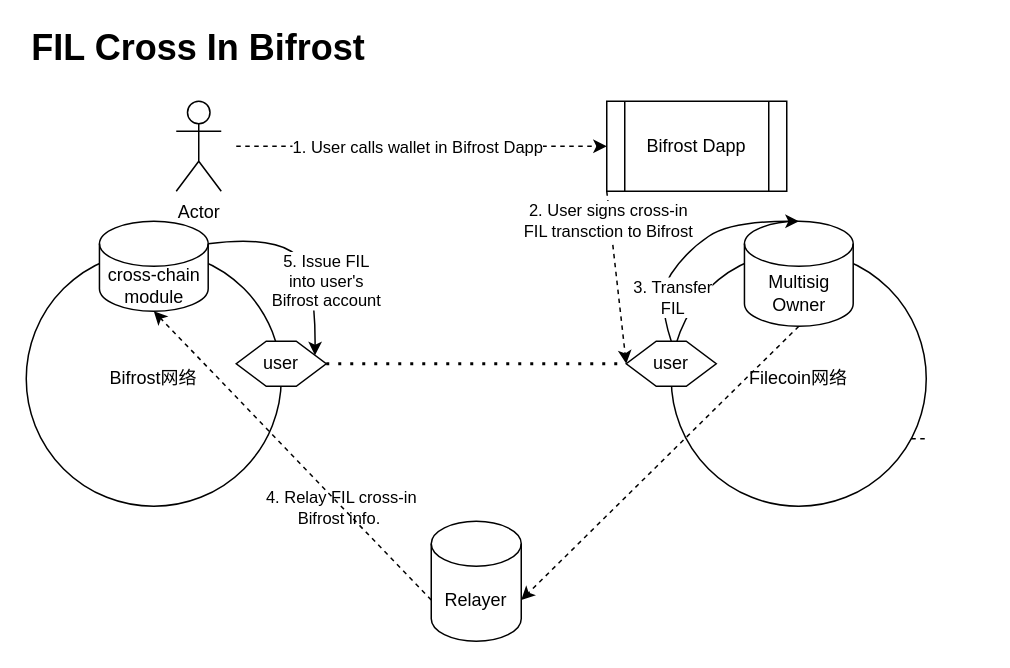
The draw.io diagram vfil-register-account-pair-multisig.drawio in herryho/flowchars, before the edit. Source tidied: cells renumbered, new cells numbered last; positions are measured from the earlier drawing's top-left corner, leaving out a move shared by most shapes. Both pictures are drawn from the tidied source at 150%, with x=0, y=0 at pixel (26, 26).
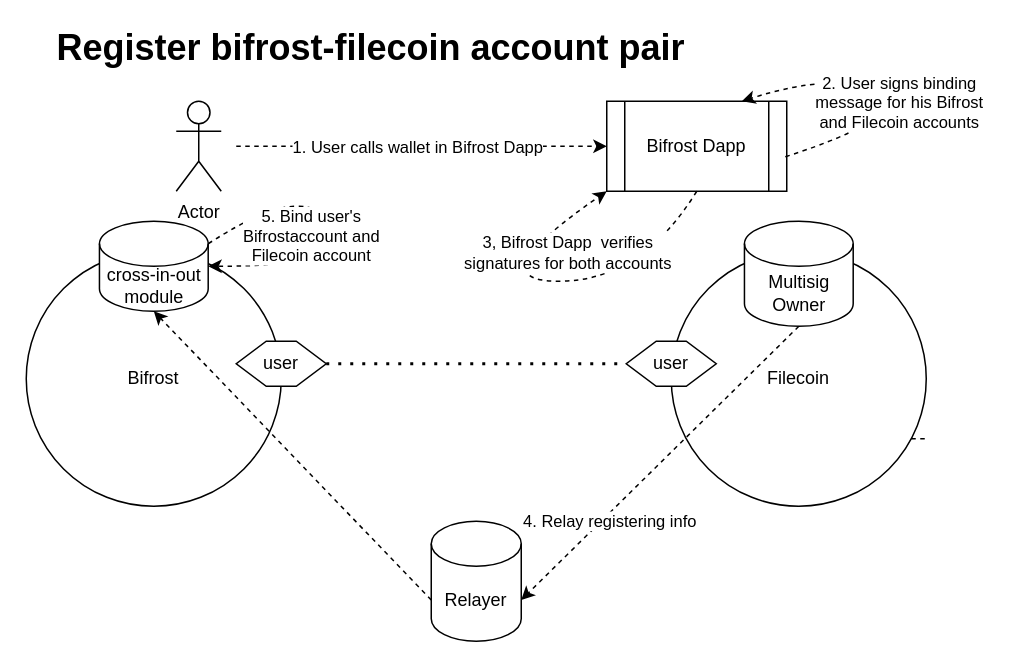
The same page after the edit.

Unchanged cells that the change refers to:
```xml
<mxCell id="4" value="user" style="shape=hexagon;perimeter=hexagonPerimeter2;whiteSpace=wrap;html=1;fixedSize=1;" parent="1" vertex="1">
  <mxGeometry x="140" y="210" width="60" height="30" as="geometry" />
</mxCell>
<mxCell id="5" value="user" style="shape=hexagon;perimeter=hexagonPerimeter2;whiteSpace=wrap;html=1;fixedSize=1;" parent="1" vertex="1">
  <mxGeometry x="400" y="210" width="60" height="30" as="geometry" />
</mxCell>
<mxCell id="7" value="Multisig&lt;br&gt;Owner" style="shape=cylinder3;whiteSpace=wrap;html=1;boundedLbl=1;backgroundOutline=1;size=15;" parent="1" vertex="1">
  <mxGeometry x="478.8" y="130" width="72.5" height="70" as="geometry" />
</mxCell>
<mxCell id="14" style="endArrow=classic;html=1;rounded=0;dashed=1;exitX=0.5;exitY=1;exitDx=0;exitDy=0;exitPerimeter=0;entryX=1;entryY=0;entryDx=0;entryDy=52.5;entryPerimeter=0;" parent="1" edge="1" source="7" target="12">
  <mxGeometry relative="1" as="geometry" />
</mxCell>
<mxCell id="18" value="Bifrost Dapp" style="shape=process;whiteSpace=wrap;html=1;backgroundOutline=1;" parent="1" vertex="1">
  <mxGeometry x="387" y="50" width="120" height="60" as="geometry" />
</mxCell>
```

The edit, as a diff of the source:
```diff
@@
-    <mxCell id="2" value="Bifrost网络" style="ellipse;whiteSpace=wrap;html=1;" parent="1" vertex="1">
+    <mxCell id="2" value="Bifrost" style="ellipse;whiteSpace=wrap;html=1;" parent="1" vertex="1">
       <mxGeometry y="150" width="170" height="170" as="geometry" />
     </mxCell>
-    <mxCell id="3" value="Filecoin网络" style="ellipse;whiteSpace=wrap;html=1;" parent="1" vertex="1">
+    <mxCell id="3" value="Filecoin" style="ellipse;whiteSpace=wrap;html=1;" parent="1" vertex="1">
       <mxGeometry x="430" y="150" width="170" height="170" as="geometry" />
     </mxCell>
@@
-    <mxCell id="8" value="cross-chain module" style="shape=cylinder3;whiteSpace=wrap;html=1;boundedLbl=1;backgroundOutline=1;size=15;" parent="1" vertex="1">
+    <mxCell id="8" value="cross-in-out module" style="shape=cylinder3;whiteSpace=wrap;html=1;boundedLbl=1;backgroundOutline=1;size=15;" parent="1" vertex="1">
       <mxGeometry x="48.8" y="130" width="72.5" height="60" as="geometry" />
     </mxCell>
-    <mxCell id="9" style="curved=1;endArrow=classic;html=1;rounded=0;exitX=0.5;exitY=0;exitDx=0;exitDy=0;entryX=0.5;entryY=0;entryDx=0;entryDy=0;entryPerimeter=0;" parent="1" edge="1" source="5" target="7">
-      <mxGeometry relative="1" as="geometry">
-        <Array as="points">
-          <mxPoint x="420" y="180" />
-          <mxPoint x="440" y="150" />
-          <mxPoint x="470" y="130" />
-        </Array>
-      </mxGeometry>
-    </mxCell>
-    <mxCell id="10" value="3. Transfer &lt;br&gt;FIL" style="edgeLabel;html=1;align=center;verticalAlign=middle;" parent="9" vertex="1">
-      <mxGeometry x="-0.41" y="-3" relative="1" as="geometry">
-        <mxPoint x="1" y="9" as="offset" />
-      </mxGeometry>
-    </mxCell>
-    <mxCell id="11" value="5. Issue FIL&lt;br&gt;into user's&lt;br&gt;Bifrost account" style="curved=1;endArrow=classic;html=1;rounded=0;exitX=1;exitY=0;exitDx=0;exitDy=15;exitPerimeter=0;entryX=1;entryY=0.25;entryDx=0;entryDy=0;" parent="1" edge="1" source="8" target="4">
-      <mxGeometry x="0.28" y="7" relative="1" as="geometry">
+    <mxCell id="11" value="5. Bind user's &lt;br&gt;Bifrostaccount and &lt;br&gt;Filecoin account" style="curved=1;endArrow=classic;html=1;rounded=0;exitX=1;exitY=0;exitDx=0;exitDy=15;exitPerimeter=0;entryX=1;entryY=0.5;entryDx=0;entryDy=0;dashed=1;entryPerimeter=0;" parent="1" edge="1" source="8" target="8">
+      <mxGeometry x="0.08" y="-10" relative="1" as="geometry">
         <Array as="points">
-          <mxPoint x="160" y="140" />
-          <mxPoint x="193" y="160" />
+          <mxPoint x="160" y="120" />
+          <mxPoint x="200" y="120" />
+          <mxPoint x="200" y="150" />
+          <mxPoint x="170" y="160" />
         </Array>
       </mxGeometry>
     </mxCell>
@@
-    <mxCell id="15" value="4. Relay FIL cross-in&lt;br&gt;Bifrost info.&amp;nbsp;" style="edgeLabel;html=1;align=center;verticalAlign=middle;" parent="14" vertex="1">
-      <mxGeometry x="0.2" y="-3" relative="1" as="geometry">
-        <mxPoint x="-192" y="13" as="offset" />
-      </mxGeometry>
-    </mxCell>
+    <mxCell id="24" value="4. Relay registering info" style="edgeLabel;html=1;align=center;verticalAlign=middle;" parent="14" vertex="1">
+      <mxGeometry x="0.39" y="3" relative="1" as="geometry" />
+    </mxCell>
@@
-    <mxCell id="17" value="FIL Cross In Bifrost" style="text;html=1;strokeColor=none;fillColor=none;align=center;verticalAlign=middle;whiteSpace=wrap;rounded=0;fontStyle=1;fontSize=24;" parent="1" vertex="1">
-      <mxGeometry width="230" height="30" as="geometry" />
+    <mxCell id="17" value="Register bifrost-filecoin account pair" style="text;html=1;strokeColor=none;fillColor=none;align=center;verticalAlign=middle;whiteSpace=wrap;rounded=0;fontStyle=1;fontSize=24;" parent="1" vertex="1">
+      <mxGeometry width="460" height="30" as="geometry" />
     </mxCell>
@@
-    <mxCell id="22" style="endArrow=classic;html=1;rounded=0;entryX=0;entryY=0.5;entryDx=0;entryDy=0;exitX=0;exitY=1;exitDx=0;exitDy=0;dashed=1;" parent="1" edge="1" source="18" target="5">
-      <mxGeometry relative="1" as="geometry" />
-    </mxCell>
-    <mxCell id="23" value="2. User signs cross-in&lt;br&gt;FIL transction to Bifrost" style="edgeLabel;html=1;align=center;verticalAlign=middle;" parent="22" vertex="1">
-      <mxGeometry x="-0.67" y="-2" relative="1" as="geometry" />
-    </mxCell>
+    <mxCell id="25" style="curved=1;endArrow=classic;html=1;rounded=0;exitX=0.992;exitY=0.617;exitDx=0;exitDy=0;exitPerimeter=0;entryX=0.75;entryY=0;entryDx=0;entryDy=0;dashed=1;" parent="1" edge="1" source="18" target="18">
+      <mxGeometry relative="1" as="geometry">
+        <Array as="points">
+          <mxPoint x="590" y="60" />
+          <mxPoint x="540" y="30" />
+        </Array>
+      </mxGeometry>
+    </mxCell>
+    <mxCell id="26" value="2. User signs binding&lt;br&gt;message for his Bifrost&lt;br&gt;and Filecoin accounts" style="edgeLabel;html=1;align=center;verticalAlign=middle;" parent="25" vertex="1">
+      <mxGeometry x="0.14" y="3" relative="1" as="geometry">
+        <mxPoint x="21" y="5" as="offset" />
+      </mxGeometry>
+    </mxCell>
+    <mxCell id="27" style="curved=1;endArrow=classic;html=1;rounded=0;dashed=1;exitX=0.5;exitY=1;exitDx=0;exitDy=0;entryX=0;entryY=1;entryDx=0;entryDy=0;" parent="1" edge="1" source="18" target="18">
+      <mxGeometry relative="1" as="geometry">
+        <Array as="points">
+          <mxPoint x="410" y="170" />
+          <mxPoint x="300" y="170" />
+        </Array>
+      </mxGeometry>
+    </mxCell>
+    <mxCell id="28" value="3, Bifrost Dapp&amp;nbsp; verifies&lt;br&gt;signatures for both accounts" style="edgeLabel;html=1;align=center;verticalAlign=middle;" parent="27" vertex="1">
+      <mxGeometry y="-9" relative="1" as="geometry">
+        <mxPoint x="23" y="-11" as="offset" />
+      </mxGeometry>
+    </mxCell>
```
